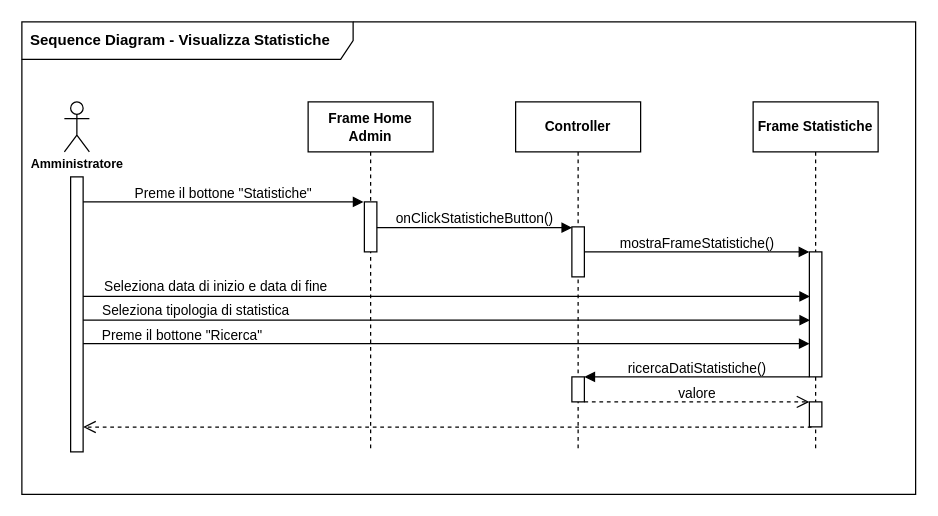
This is Documentazione/Sequence Diagram/Analisi/drawio/Sequence Diagram - Visualizza Statistiche.drawio from vittorioruggiero/Progetto-IngSw, a draw.io file, before an edit. Source tidied: cells renumbered, new cells numbered last; positions are measured from the earlier drawing's top-left corner, leaving out a move shared by most shapes. Both pictures are drawn from the tidied source at 125%, with x=0, y=0 at pixel (21, 21).
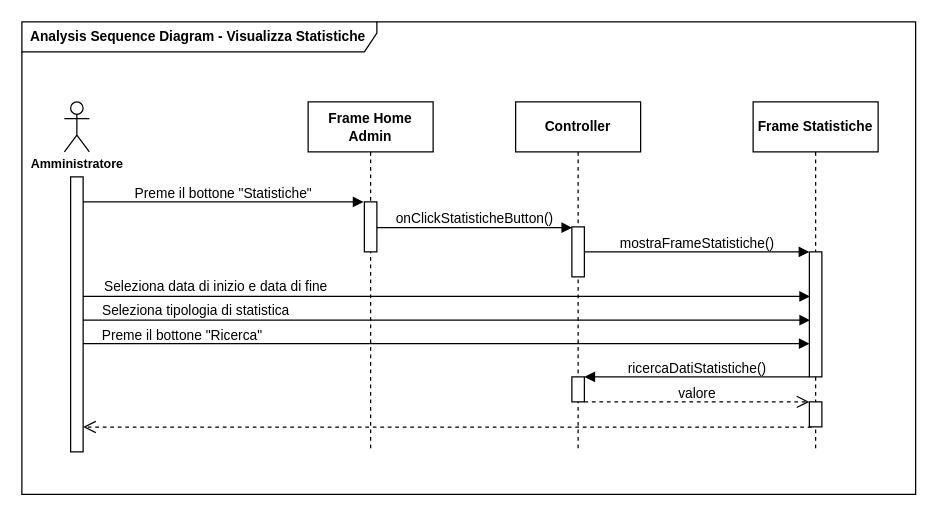
Above is the later version.

Commit message (it also covers changes not shown here):
sequence diagram corretti

What changed in the source:
```diff
@@
-    <mxCell id="2" value="&lt;b&gt;Sequence Diagram - Visualizza Statistiche&lt;/b&gt;" style="shape=umlFrame;whiteSpace=wrap;html=1;width=265;height=30;boundedLbl=1;verticalAlign=middle;align=left;spacingLeft=5;" parent="1" vertex="1">
+    <mxCell id="2" value="&lt;b&gt;&lt;font style=&quot;font-size: 11px;&quot;&gt;Analysis Sequence Diagram - Visualizza Statistiche&lt;/font&gt;&lt;/b&gt;" style="shape=umlFrame;whiteSpace=wrap;html=1;width=284;height=24;boundedLbl=1;verticalAlign=middle;align=left;spacingLeft=5;" parent="1" vertex="1">
       <mxGeometry width="715" height="378" as="geometry" />
     </mxCell>
```
